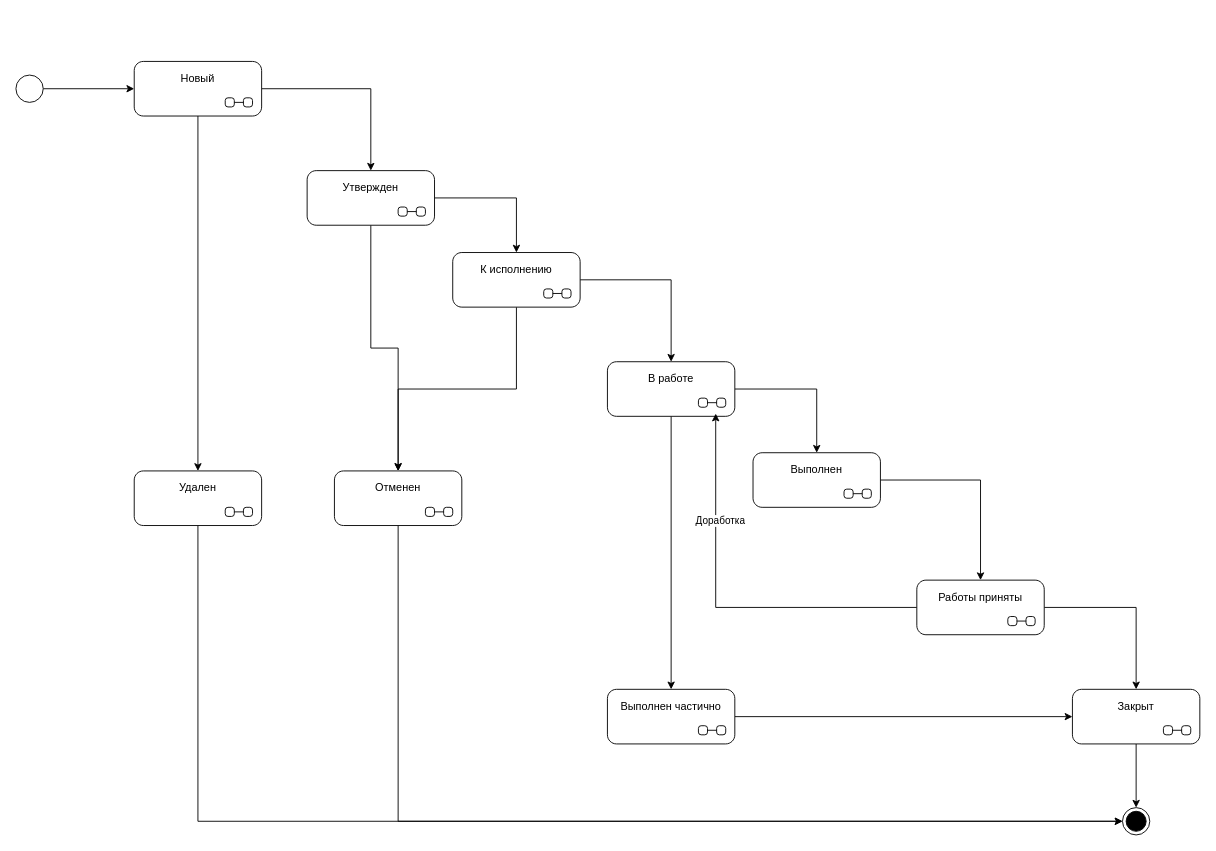
Above: DocMS.drawio in tvolodi/abitech (draw.io), before the change. Source tidied: cells renumbered, new cells numbered last; positions are measured from the earlier drawing's top-left corner, leaving out a move shared by most shapes. Both pictures are drawn from the tidied source at 91%, with x=0, y=0 at pixel (15, 61).
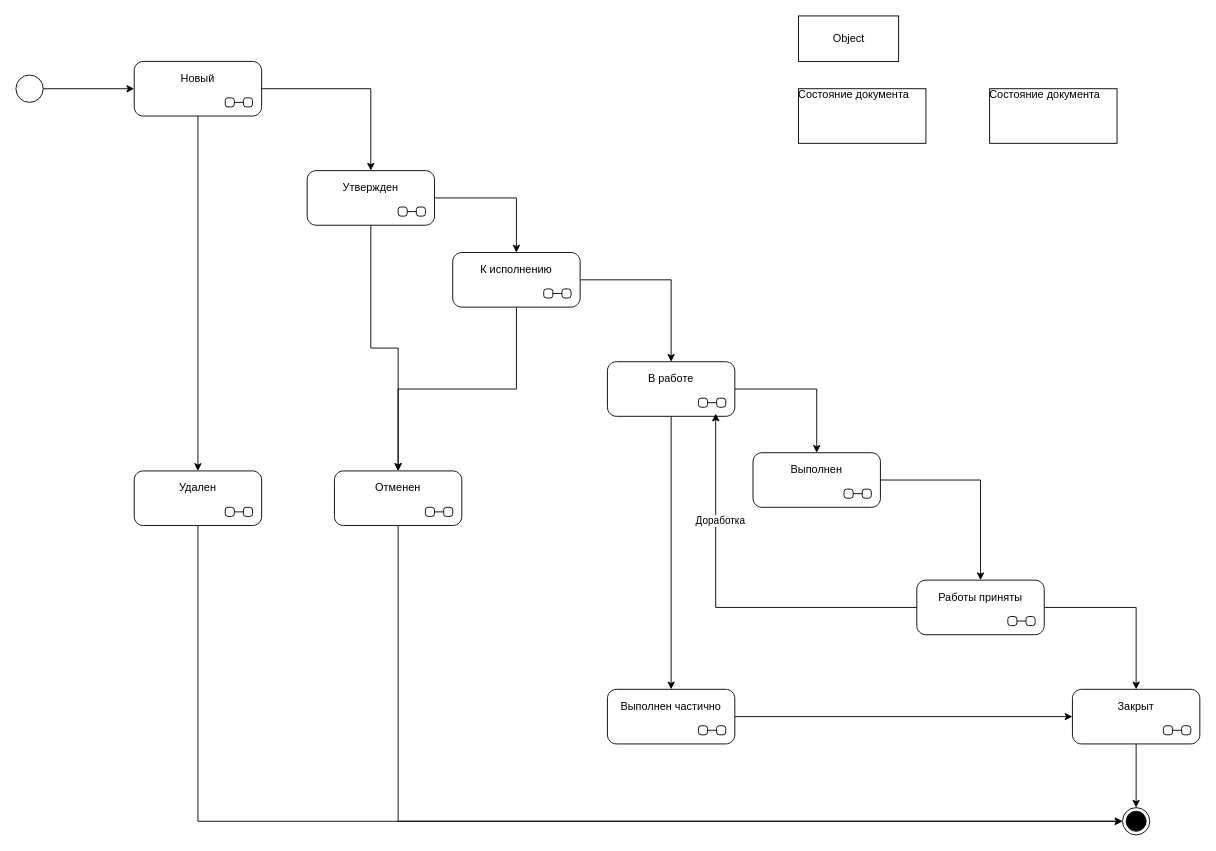
The same page after the edit.

The edit, as a diff of the source:
```diff
@@
+    <mxCell id="31" value="Object" style="html=1;" parent="1" vertex="1">
+      <mxGeometry x="860" y="-50" width="110" height="50" as="geometry" />
+    </mxCell>
+    <mxCell id="32" value="Состояние документа" style="verticalAlign=top;align=left;overflow=fill;fontSize=12;fontFamily=Helvetica;html=1;" parent="1" vertex="1">
+      <mxGeometry x="860" y="30" width="140" height="60" as="geometry" />
+    </mxCell>
+    <mxCell id="33" value="Состояние документа" style="verticalAlign=top;align=left;overflow=fill;fontSize=12;fontFamily=Helvetica;html=1;" parent="1" vertex="1">
+      <mxGeometry x="1070" y="30" width="140" height="60" as="geometry" />
+    </mxCell>
```
